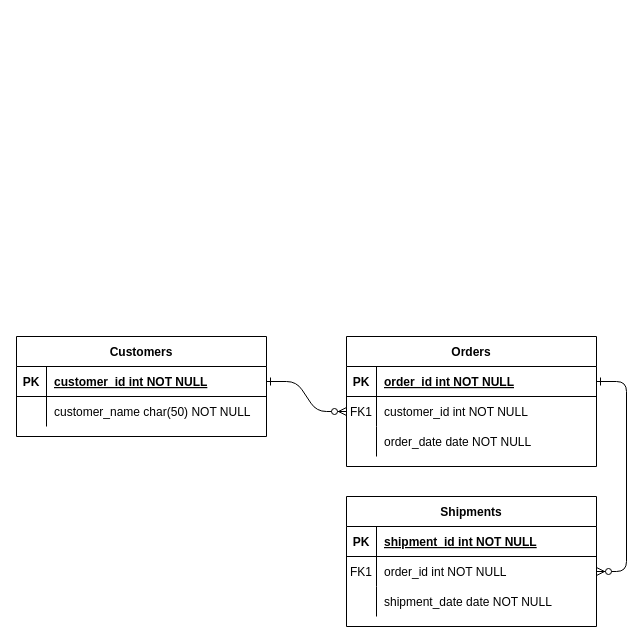
The draw.io diagram Diagrama sin título.drawio in jhygatsu/hello-world, before the edit. Source tidied: cells renumbered, new cells numbered last; positions are measured from the earlier drawing's top-left corner, leaving out a move shared by most shapes. Both pictures are drawn from the tidied source at 100%, with x=0, y=0 at pixel (16, 336).
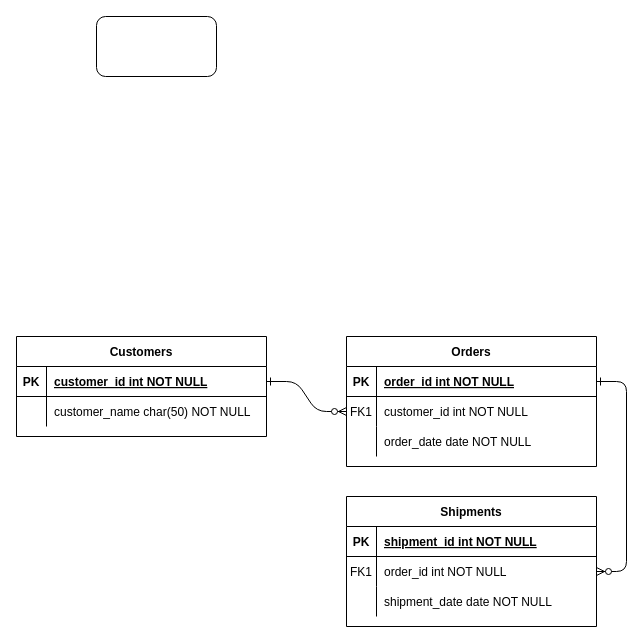
The same diagram, later.

Commit message:
primer_diagrama

Change to the diagram source:
```diff
@@
+    <mxCell id="31" style="rounded=1;whiteSpace=wrap;html=1;" parent="1" vertex="1">
+      <mxGeometry x="80" y="-320" width="120" height="60" as="geometry" />
+    </mxCell>
```
